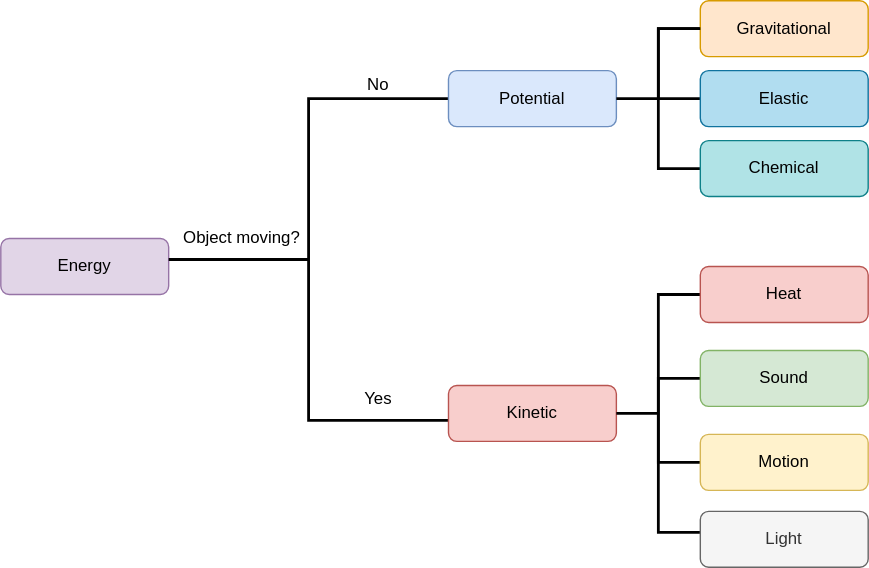
Above: images/svg/energy-tree-diagram.svg in psharma04/schoolnotes-cdn (draw.io), before the change. Source tidied: cells renumbered, new cells last; positions are measured from the earlier drawing's top-left corner, leaving out a move shared by most shapes. The source it was exported from:
```xml
<mxGraphModel>
  <root>
    <mxCell id="0" />
    <mxCell id="1" parent="0" />
    <mxCell id="2" value="Energy" style="rounded=1;whiteSpace=wrap;html=1;fontSize=12;glass=0;strokeWidth=1;shadow=0;fillColor=#e1d5e7;strokeColor=#9673a6;" parent="1" vertex="1">
      <mxGeometry y="170" width="120" height="40" as="geometry" />
    </mxCell>
    <mxCell id="3" style="strokeWidth=2;html=1;shape=mxgraph.flowchart.annotation_2;align=left;labelPosition=right;" parent="1" vertex="1">
      <mxGeometry x="120" y="70" width="200" height="230" as="geometry" />
    </mxCell>
    <mxCell id="4" value="Potential" style="rounded=1;whiteSpace=wrap;html=1;fontSize=12;glass=0;strokeWidth=1;shadow=0;fillColor=#dae8fc;strokeColor=#6c8ebf;" parent="1" vertex="1">
      <mxGeometry x="320" y="50" width="120" height="40" as="geometry" />
    </mxCell>
    <mxCell id="5" value="Kinetic" style="rounded=1;whiteSpace=wrap;html=1;fontSize=12;glass=0;strokeWidth=1;shadow=0;fillColor=#f8cecc;strokeColor=#b85450;" parent="1" vertex="1">
      <mxGeometry x="320" y="275" width="120" height="40" as="geometry" />
    </mxCell>
    <mxCell id="6" value="Object moving?" style="text;html=1;strokeColor=none;fillColor=none;align=center;verticalAlign=middle;whiteSpace=wrap;rounded=0;" parent="1" vertex="1">
      <mxGeometry x="120" y="160" width="105" height="20" as="geometry" />
    </mxCell>
    <mxCell id="7" value="Yes" style="text;html=1;strokeColor=none;fillColor=none;align=center;verticalAlign=middle;whiteSpace=wrap;rounded=0;" parent="1" vertex="1">
      <mxGeometry x="250" y="275" width="40" height="20" as="geometry" />
    </mxCell>
    <mxCell id="8" value="No" style="text;html=1;strokeColor=none;fillColor=none;align=center;verticalAlign=middle;whiteSpace=wrap;rounded=0;" parent="1" vertex="1">
      <mxGeometry x="250" y="50" width="40" height="20" as="geometry" />
    </mxCell>
    <mxCell id="9" style="strokeWidth=2;html=1;shape=mxgraph.flowchart.annotation_2;align=left;labelPosition=right;rotation=0;" parent="1" vertex="1">
      <mxGeometry x="440" y="20" width="60" height="100" as="geometry" />
    </mxCell>
    <mxCell id="10" value="Gravitational" style="rounded=1;whiteSpace=wrap;html=1;fontSize=12;glass=0;strokeWidth=1;shadow=0;fillColor=#ffe6cc;strokeColor=#d79b00;" parent="1" vertex="1">
      <mxGeometry x="500" width="120" height="40" as="geometry" />
    </mxCell>
    <mxCell id="11" value="Chemical" style="rounded=1;whiteSpace=wrap;html=1;fontSize=12;glass=0;strokeWidth=1;shadow=0;fillColor=#b0e3e6;strokeColor=#0e8088;" parent="1" vertex="1">
      <mxGeometry x="500" y="100" width="120" height="40" as="geometry" />
    </mxCell>
    <mxCell id="12" style="strokeWidth=2;html=1;shape=mxgraph.flowchart.annotation_1;align=left;" parent="1" vertex="1">
      <mxGeometry x="470" y="20" width="30" height="50" as="geometry" />
    </mxCell>
    <mxCell id="13" value="Elastic" style="rounded=1;whiteSpace=wrap;html=1;fontSize=12;glass=0;strokeWidth=1;shadow=0;fillColor=#b1ddf0;strokeColor=#10739e;" parent="1" vertex="1">
      <mxGeometry x="500" y="50" width="120" height="40" as="geometry" />
    </mxCell>
    <mxCell id="14" style="strokeWidth=2;html=1;shape=mxgraph.flowchart.annotation_2;align=left;labelPosition=right;rotation=0;" parent="1" vertex="1">
      <mxGeometry x="440" y="210" width="60" height="170" as="geometry" />
    </mxCell>
    <mxCell id="15" style="strokeWidth=2;html=1;shape=mxgraph.flowchart.annotation_1;align=left;" parent="1" vertex="1">
      <mxGeometry x="470" y="270" width="30" height="60" as="geometry" />
    </mxCell>
    <mxCell id="16" value="Heat" style="rounded=1;whiteSpace=wrap;html=1;fontSize=12;glass=0;strokeWidth=1;shadow=0;fillColor=#f8cecc;strokeColor=#b85450;" parent="1" vertex="1">
      <mxGeometry x="500" y="190" width="120" height="40" as="geometry" />
    </mxCell>
    <mxCell id="17" value="Sound" style="rounded=1;whiteSpace=wrap;html=1;fontSize=12;glass=0;strokeWidth=1;shadow=0;fillColor=#d5e8d4;strokeColor=#82b366;" parent="1" vertex="1">
      <mxGeometry x="500" y="250" width="120" height="40" as="geometry" />
    </mxCell>
    <mxCell id="18" value="Motion" style="rounded=1;whiteSpace=wrap;html=1;fontSize=12;glass=0;strokeWidth=1;shadow=0;fillColor=#fff2cc;strokeColor=#d6b656;" parent="1" vertex="1">
      <mxGeometry x="500" y="310" width="120" height="40" as="geometry" />
    </mxCell>
    <mxCell id="19" value="Light" style="rounded=1;whiteSpace=wrap;html=1;fontSize=12;glass=0;strokeWidth=1;shadow=0;fillColor=#f5f5f5;strokeColor=#666666;fontColor=#333333;" parent="1" vertex="1">
      <mxGeometry x="500" y="365" width="120" height="40" as="geometry" />
    </mxCell>
  </root>
</mxGraphModel>
```
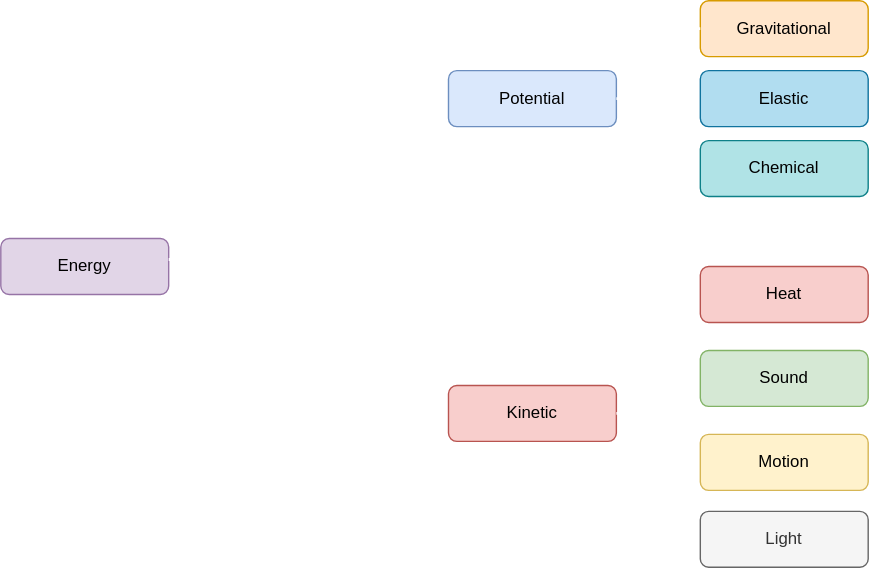
After the commit.

Commit message:
Fix tree diagram

What changed in the source:
```diff
@@ -5,7 +5,7 @@
     <mxCell id="2" value="Energy" style="rounded=1;whiteSpace=wrap;html=1;fontSize=12;glass=0;strokeWidth=1;shadow=0;fillColor=#e1d5e7;strokeColor=#9673a6;" parent="1" vertex="1">
       <mxGeometry y="170" width="120" height="40" as="geometry" />
     </mxCell>
-    <mxCell id="3" style="strokeWidth=2;html=1;shape=mxgraph.flowchart.annotation_2;align=left;labelPosition=right;" parent="1" vertex="1">
+    <mxCell id="3" style="strokeWidth=2;html=1;shape=mxgraph.flowchart.annotation_2;align=left;labelPosition=right;strokeColor=#FFFFFF;" parent="1" vertex="1">
       <mxGeometry x="120" y="70" width="200" height="230" as="geometry" />
     </mxCell>
     <mxCell id="4" value="Potential" style="rounded=1;whiteSpace=wrap;html=1;fontSize=12;glass=0;strokeWidth=1;shadow=0;fillColor=#dae8fc;strokeColor=#6c8ebf;" parent="1" vertex="1">
@@ -14,16 +14,16 @@
     <mxCell id="5" value="Kinetic" style="rounded=1;whiteSpace=wrap;html=1;fontSize=12;glass=0;strokeWidth=1;shadow=0;fillColor=#f8cecc;strokeColor=#b85450;" parent="1" vertex="1">
       <mxGeometry x="320" y="275" width="120" height="40" as="geometry" />
     </mxCell>
-    <mxCell id="6" value="Object moving?" style="text;html=1;strokeColor=none;fillColor=none;align=center;verticalAlign=middle;whiteSpace=wrap;rounded=0;" parent="1" vertex="1">
+    <mxCell id="6" value="Object moving?" style="text;html=1;fillColor=none;align=center;verticalAlign=middle;whiteSpace=wrap;rounded=0;fontColor=#FFFFFF;" parent="1" vertex="1">
       <mxGeometry x="120" y="160" width="105" height="20" as="geometry" />
     </mxCell>
-    <mxCell id="7" value="Yes" style="text;html=1;strokeColor=none;fillColor=none;align=center;verticalAlign=middle;whiteSpace=wrap;rounded=0;" parent="1" vertex="1">
+    <mxCell id="7" value="Yes" style="text;html=1;strokeColor=none;fillColor=none;align=center;verticalAlign=middle;whiteSpace=wrap;rounded=0;fontColor=#FFFFFF;" parent="1" vertex="1">
       <mxGeometry x="250" y="275" width="40" height="20" as="geometry" />
     </mxCell>
-    <mxCell id="8" value="No" style="text;html=1;strokeColor=none;fillColor=none;align=center;verticalAlign=middle;whiteSpace=wrap;rounded=0;" parent="1" vertex="1">
+    <mxCell id="8" value="No" style="text;html=1;strokeColor=none;fillColor=none;align=center;verticalAlign=middle;whiteSpace=wrap;rounded=0;fontColor=#FFFFFF;" parent="1" vertex="1">
       <mxGeometry x="250" y="50" width="40" height="20" as="geometry" />
     </mxCell>
-    <mxCell id="9" style="strokeWidth=2;html=1;shape=mxgraph.flowchart.annotation_2;align=left;labelPosition=right;rotation=0;" parent="1" vertex="1">
+    <mxCell id="9" style="strokeWidth=2;html=1;shape=mxgraph.flowchart.annotation_2;align=left;labelPosition=right;rotation=0;fontColor=#FFFFFF;fillColor=none;strokeColor=#FFFFFF;" parent="1" vertex="1">
       <mxGeometry x="440" y="20" width="60" height="100" as="geometry" />
     </mxCell>
     <mxCell id="10" value="Gravitational" style="rounded=1;whiteSpace=wrap;html=1;fontSize=12;glass=0;strokeWidth=1;shadow=0;fillColor=#ffe6cc;strokeColor=#d79b00;" parent="1" vertex="1">
@@ -32,16 +32,16 @@
     <mxCell id="11" value="Chemical" style="rounded=1;whiteSpace=wrap;html=1;fontSize=12;glass=0;strokeWidth=1;shadow=0;fillColor=#b0e3e6;strokeColor=#0e8088;" parent="1" vertex="1">
       <mxGeometry x="500" y="100" width="120" height="40" as="geometry" />
     </mxCell>
-    <mxCell id="12" style="strokeWidth=2;html=1;shape=mxgraph.flowchart.annotation_1;align=left;" parent="1" vertex="1">
+    <mxCell id="12" style="strokeWidth=2;html=1;shape=mxgraph.flowchart.annotation_1;align=left;fontColor=#FFFFFF;fillColor=none;strokeColor=#FFFFFF;" parent="1" vertex="1">
       <mxGeometry x="470" y="20" width="30" height="50" as="geometry" />
     </mxCell>
     <mxCell id="13" value="Elastic" style="rounded=1;whiteSpace=wrap;html=1;fontSize=12;glass=0;strokeWidth=1;shadow=0;fillColor=#b1ddf0;strokeColor=#10739e;" parent="1" vertex="1">
       <mxGeometry x="500" y="50" width="120" height="40" as="geometry" />
     </mxCell>
-    <mxCell id="14" style="strokeWidth=2;html=1;shape=mxgraph.flowchart.annotation_2;align=left;labelPosition=right;rotation=0;" parent="1" vertex="1">
+    <mxCell id="14" style="strokeWidth=2;html=1;shape=mxgraph.flowchart.annotation_2;align=left;labelPosition=right;rotation=0;fontColor=#FFFFFF;fillColor=none;strokeColor=#FFFFFF;" parent="1" vertex="1">
       <mxGeometry x="440" y="210" width="60" height="170" as="geometry" />
     </mxCell>
-    <mxCell id="15" style="strokeWidth=2;html=1;shape=mxgraph.flowchart.annotation_1;align=left;" parent="1" vertex="1">
+    <mxCell id="15" style="strokeWidth=2;html=1;shape=mxgraph.flowchart.annotation_1;align=left;fontColor=#FFFFFF;fillColor=none;strokeColor=#FFFFFF;" parent="1" vertex="1">
       <mxGeometry x="470" y="270" width="30" height="60" as="geometry" />
     </mxCell>
     <mxCell id="16" value="Heat" style="rounded=1;whiteSpace=wrap;html=1;fontSize=12;glass=0;strokeWidth=1;shadow=0;fillColor=#f8cecc;strokeColor=#b85450;" parent="1" vertex="1">
```
